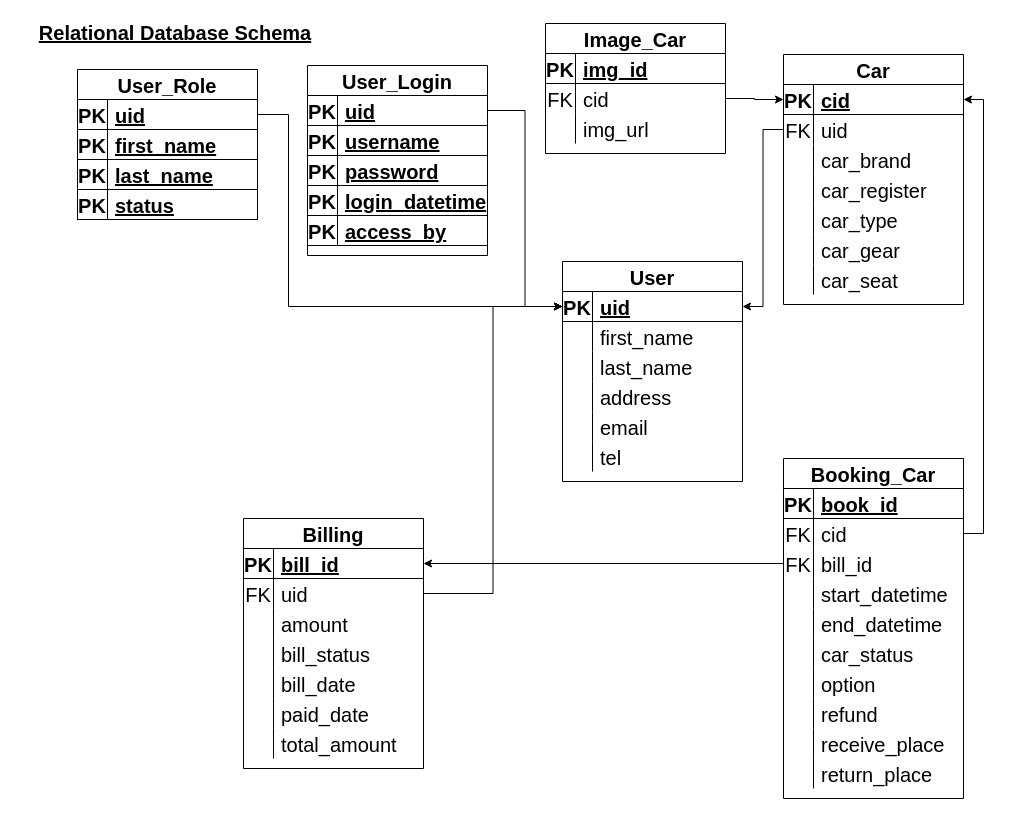
Werayootk/Online_Car_Rental_System keeps this draw.io diagram as page "Relational Database Schema" (2 of 4) of Online_Car_Rental_System.drawio. Above is the earlier version. Source tidied: cells renumbered, new cells numbered last; positions are measured from the earlier drawing's top-left corner, leaving out a move shared by most shapes. Both pictures are drawn from the tidied source at 100%, with x=0, y=0 at pixel (17, 17).
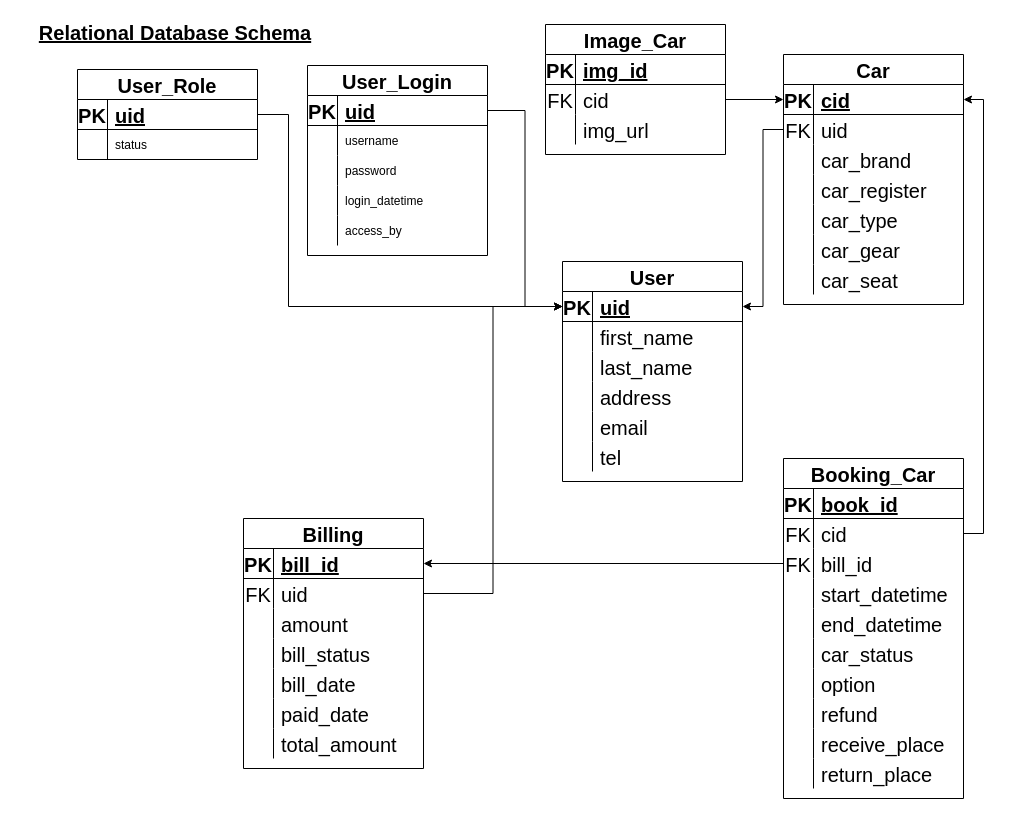
Above is the later version.

Unchanged cells that the change refers to:
```xml
<mxCell id="35" value="User_Login" style="shape=table;startSize=30;childLayout=tableLayout;rowLines=0;fontStyle=1;align=center;fontSize=20;strokeColor=default;fillColor=none;" parent="1" vertex="1">
  <mxGeometry x="290" y="48" width="180" height="190" as="geometry" />
</mxCell>
```

The edit, as a diff of the source:
```diff
@@
     <mxCell id="22" value="User_Role" style="shape=table;startSize=30;childLayout=tableLayout;rowLines=0;fontStyle=1;align=center;fontSize=20;strokeColor=default;fillColor=none;" parent="1" vertex="1">
-      <mxGeometry x="60" y="52" width="180" height="150" as="geometry" />
+      <mxGeometry x="60" y="52" width="180" height="90" as="geometry" />
     </mxCell>
@@
-    <mxCell id="26" style="shape=partialRectangle;fillColor=none;top=0;left=0;bottom=1;right=0;fontSize=20;strokeColor=default;" parent="22" vertex="1">
-      <mxGeometry y="60" width="180" height="30" as="geometry" />
-    </mxCell>
-    <mxCell id="27" value="PK" style="shape=partialRectangle;fillColor=none;top=0;left=0;bottom=0;right=0;fontStyle=1;overflow=hidden;fontSize=20;strokeColor=default;" parent="26" vertex="1">
-      <mxGeometry width="30" height="30" as="geometry" />
-    </mxCell>
-    <mxCell id="28" value="first_name" style="shape=partialRectangle;fillColor=none;top=0;left=0;bottom=0;right=0;align=left;spacingLeft=6;fontStyle=5;overflow=hidden;fontSize=20;strokeColor=default;" parent="26" vertex="1">
-      <mxGeometry x="30" width="150" height="30" as="geometry" />
-    </mxCell>
-    <mxCell id="29" style="shape=partialRectangle;fillColor=none;top=0;left=0;bottom=1;right=0;fontSize=20;strokeColor=default;" parent="22" vertex="1">
-      <mxGeometry y="90" width="180" height="30" as="geometry" />
-    </mxCell>
-    <mxCell id="30" value="PK" style="shape=partialRectangle;fillColor=none;top=0;left=0;bottom=0;right=0;fontStyle=1;overflow=hidden;fontSize=20;strokeColor=default;" parent="29" vertex="1">
-      <mxGeometry width="30" height="30" as="geometry" />
-    </mxCell>
-    <mxCell id="31" value="last_name" style="shape=partialRectangle;fillColor=none;top=0;left=0;bottom=0;right=0;align=left;spacingLeft=6;fontStyle=5;overflow=hidden;fontSize=20;strokeColor=default;" parent="29" vertex="1">
-      <mxGeometry x="30" width="150" height="30" as="geometry" />
-    </mxCell>
-    <mxCell id="32" style="shape=partialRectangle;fillColor=none;top=0;left=0;bottom=1;right=0;fontSize=20;strokeColor=default;" parent="22" vertex="1">
-      <mxGeometry y="120" width="180" height="30" as="geometry" />
-    </mxCell>
-    <mxCell id="33" value="PK" style="shape=partialRectangle;fillColor=none;top=0;left=0;bottom=0;right=0;fontStyle=1;overflow=hidden;fontSize=20;strokeColor=default;" parent="32" vertex="1">
-      <mxGeometry width="30" height="30" as="geometry" />
-    </mxCell>
+    <mxCell id="143" style="shape=partialRectangle;fillColor=none;top=0;left=0;bottom=0;right=0;" parent="22" vertex="1">
+      <mxGeometry y="60" width="180" height="30" as="geometry" />
+    </mxCell>
+    <mxCell id="144" style="shape=partialRectangle;fillColor=none;top=0;left=0;bottom=0;right=0;overflow=hidden;" parent="143" vertex="1">
+      <mxGeometry width="30" height="30" as="geometry" />
+    </mxCell>
-    <mxCell id="34" value="status" style="shape=partialRectangle;fillColor=none;top=0;left=0;bottom=0;right=0;align=left;spacingLeft=6;fontStyle=5;overflow=hidden;fontSize=20;strokeColor=default;" parent="32" vertex="1">
+    <mxCell id="34" value="status" style="shape=partialRectangle;fillColor=none;top=0;left=0;bottom=0;right=0;align=left;spacingLeft=6;overflow=hidden;" parent="143" vertex="1">
       <mxGeometry x="30" width="150" height="30" as="geometry" />
     </mxCell>
@@
-    <mxCell id="39" style="shape=partialRectangle;fillColor=none;top=0;left=0;bottom=1;right=0;fontSize=20;strokeColor=default;" parent="35" vertex="1">
-      <mxGeometry y="60" width="180" height="30" as="geometry" />
-    </mxCell>
-    <mxCell id="40" value="PK" style="shape=partialRectangle;fillColor=none;top=0;left=0;bottom=0;right=0;fontStyle=1;overflow=hidden;fontSize=20;strokeColor=default;" parent="39" vertex="1">
-      <mxGeometry width="30" height="30" as="geometry" />
-    </mxCell>
+    <mxCell id="145" style="shape=partialRectangle;fillColor=none;top=0;left=0;bottom=0;right=0;" parent="35" vertex="1">
+      <mxGeometry y="60" width="180" height="30" as="geometry" />
+    </mxCell>
+    <mxCell id="146" style="shape=partialRectangle;fillColor=none;top=0;left=0;bottom=0;right=0;overflow=hidden;" parent="145" vertex="1">
+      <mxGeometry width="30" height="30" as="geometry" />
+    </mxCell>
-    <mxCell id="41" value="username" style="shape=partialRectangle;fillColor=none;top=0;left=0;bottom=0;right=0;align=left;spacingLeft=6;fontStyle=5;overflow=hidden;fontSize=20;strokeColor=default;" parent="39" vertex="1">
+    <mxCell id="41" value="username" style="shape=partialRectangle;fillColor=none;top=0;left=0;bottom=0;right=0;align=left;spacingLeft=6;overflow=hidden;" parent="145" vertex="1">
       <mxGeometry x="30" width="150" height="30" as="geometry" />
     </mxCell>
-    <mxCell id="42" style="shape=partialRectangle;fillColor=none;top=0;left=0;bottom=1;right=0;fontSize=20;strokeColor=default;" parent="35" vertex="1">
-      <mxGeometry y="90" width="180" height="30" as="geometry" />
-    </mxCell>
-    <mxCell id="43" value="PK" style="shape=partialRectangle;fillColor=none;top=0;left=0;bottom=0;right=0;fontStyle=1;overflow=hidden;fontSize=20;strokeColor=default;" parent="42" vertex="1">
-      <mxGeometry width="30" height="30" as="geometry" />
-    </mxCell>
+    <mxCell id="147" style="shape=partialRectangle;fillColor=none;top=0;left=0;bottom=0;right=0;" parent="35" vertex="1">
+      <mxGeometry y="90" width="180" height="30" as="geometry" />
+    </mxCell>
+    <mxCell id="148" style="shape=partialRectangle;fillColor=none;top=0;left=0;bottom=0;right=0;overflow=hidden;" parent="147" vertex="1">
+      <mxGeometry width="30" height="30" as="geometry" />
+    </mxCell>
-    <mxCell id="44" value="password" style="shape=partialRectangle;fillColor=none;top=0;left=0;bottom=0;right=0;align=left;spacingLeft=6;fontStyle=5;overflow=hidden;fontSize=20;strokeColor=default;" parent="42" vertex="1">
+    <mxCell id="44" value="password" style="shape=partialRectangle;fillColor=none;top=0;left=0;bottom=0;right=0;align=left;spacingLeft=6;overflow=hidden;" parent="147" vertex="1">
       <mxGeometry x="30" width="150" height="30" as="geometry" />
     </mxCell>
-    <mxCell id="45" style="shape=partialRectangle;fillColor=none;top=0;left=0;bottom=1;right=0;fontSize=20;strokeColor=default;" parent="35" vertex="1">
-      <mxGeometry y="120" width="180" height="30" as="geometry" />
-    </mxCell>
-    <mxCell id="46" value="PK" style="shape=partialRectangle;fillColor=none;top=0;left=0;bottom=0;right=0;fontStyle=1;overflow=hidden;fontSize=20;strokeColor=default;" parent="45" vertex="1">
-      <mxGeometry width="30" height="30" as="geometry" />
-    </mxCell>
+    <mxCell id="149" style="shape=partialRectangle;fillColor=none;top=0;left=0;bottom=0;right=0;" parent="35" vertex="1">
+      <mxGeometry y="120" width="180" height="30" as="geometry" />
+    </mxCell>
+    <mxCell id="150" style="shape=partialRectangle;fillColor=none;top=0;left=0;bottom=0;right=0;overflow=hidden;" parent="149" vertex="1">
+      <mxGeometry width="30" height="30" as="geometry" />
+    </mxCell>
-    <mxCell id="47" value="login_datetime" style="shape=partialRectangle;fillColor=none;top=0;left=0;bottom=0;right=0;align=left;spacingLeft=6;fontStyle=5;overflow=hidden;fontSize=20;strokeColor=default;" parent="45" vertex="1">
+    <mxCell id="47" value="login_datetime" style="shape=partialRectangle;fillColor=none;top=0;left=0;bottom=0;right=0;align=left;spacingLeft=6;overflow=hidden;" parent="149" vertex="1">
       <mxGeometry x="30" width="150" height="30" as="geometry" />
     </mxCell>
-    <mxCell id="48" style="shape=partialRectangle;fillColor=none;top=0;left=0;bottom=1;right=0;fontSize=20;strokeColor=default;" parent="35" vertex="1">
-      <mxGeometry y="150" width="180" height="30" as="geometry" />
-    </mxCell>
-    <mxCell id="49" value="PK" style="shape=partialRectangle;fillColor=none;top=0;left=0;bottom=0;right=0;fontStyle=1;overflow=hidden;fontSize=20;strokeColor=default;" parent="48" vertex="1">
-      <mxGeometry width="30" height="30" as="geometry" />
-    </mxCell>
+    <mxCell id="151" style="shape=partialRectangle;fillColor=none;top=0;left=0;bottom=0;right=0;" parent="35" vertex="1">
+      <mxGeometry y="150" width="180" height="30" as="geometry" />
+    </mxCell>
+    <mxCell id="152" style="shape=partialRectangle;fillColor=none;top=0;left=0;bottom=0;right=0;overflow=hidden;" parent="151" vertex="1">
+      <mxGeometry width="30" height="30" as="geometry" />
+    </mxCell>
-    <mxCell id="50" value="access_by" style="shape=partialRectangle;fillColor=none;top=0;left=0;bottom=0;right=0;align=left;spacingLeft=6;fontStyle=5;overflow=hidden;fontSize=20;strokeColor=default;" parent="48" vertex="1">
+    <mxCell id="50" value="access_by" style="shape=partialRectangle;fillColor=none;top=0;left=0;bottom=0;right=0;align=left;spacingLeft=6;overflow=hidden;" parent="151" vertex="1">
       <mxGeometry x="30" width="150" height="30" as="geometry" />
     </mxCell>
@@
     <mxCell id="74" value="Image_Car" style="shape=table;startSize=30;childLayout=tableLayout;rowLines=0;fontStyle=1;align=center;fontSize=20;strokeColor=default;fillColor=none;" parent="1" vertex="1">
-      <mxGeometry x="528" y="6" width="180" height="130" as="geometry" />
+      <mxGeometry x="528" y="7" width="180" height="130" as="geometry" />
     </mxCell>
```
